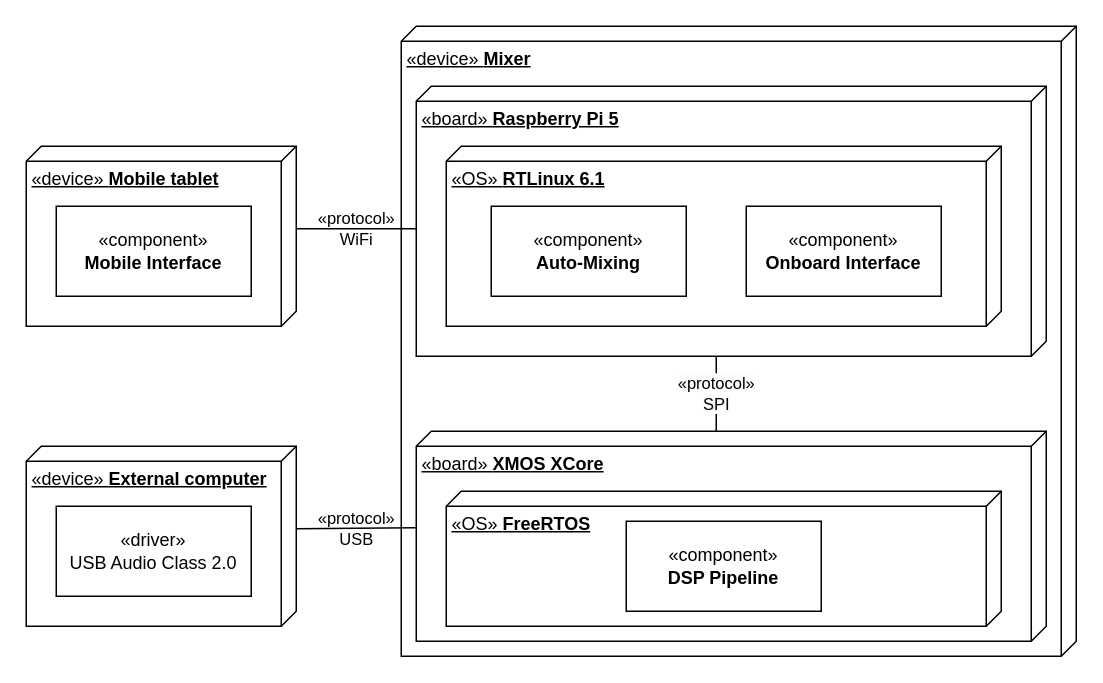
joshieyu/DigitalAudioMixer keeps this draw.io diagram as Documentation/Diagrams/DeploymentDiagram.drawio. Above is the earlier version. Source tidied: cells renumbered, new cells numbered last; positions are measured from the earlier drawing's top-left corner, leaving out a move shared by most shapes. Both pictures are drawn from the tidied source at 150%, with x=0, y=0 at pixel (26, 26).
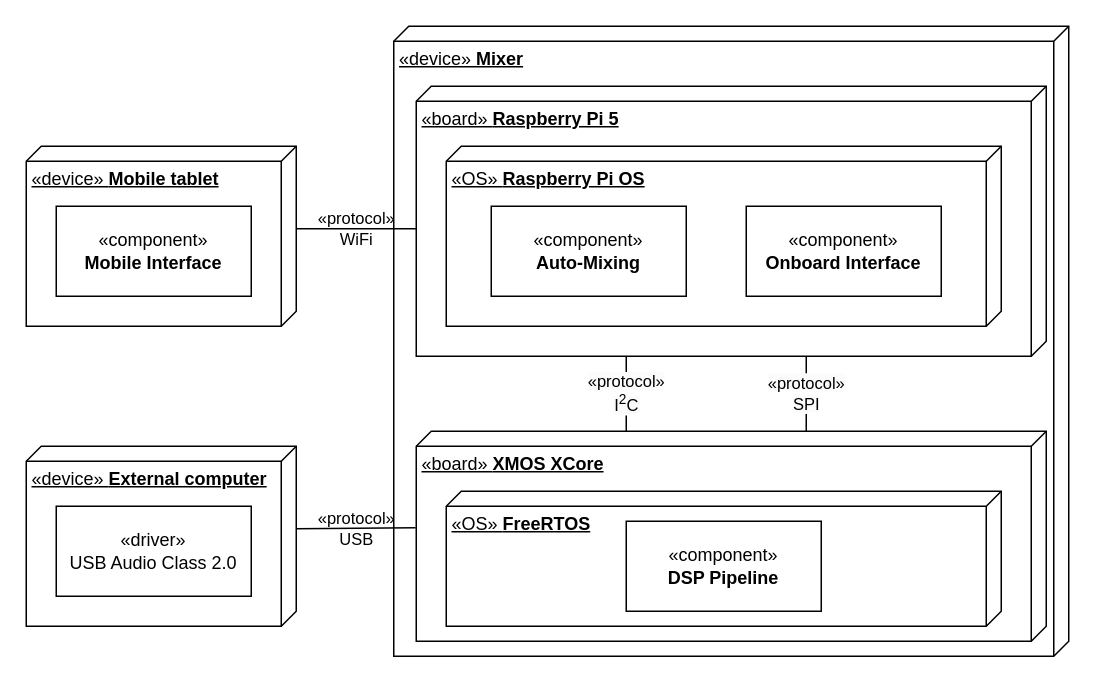
After the change.

Change to the diagram source:
```diff
@@
 <mxGraphModel>
   <root>
     <mxCell id="0" />
     <mxCell id="1" parent="0" />
     <mxCell id="2" value="«device» &lt;b&gt;Mixer&lt;/b&gt;" style="verticalAlign=top;align=left;spacingTop=8;spacingLeft=2;spacingRight=12;shape=cube;size=10;direction=south;fontStyle=4;html=1;whiteSpace=wrap;" parent="1" vertex="1">
-      <mxGeometry x="250" width="450" height="420" as="geometry" />
+      <mxGeometry x="245" width="450" height="420" as="geometry" />
     </mxCell>
     <mxCell id="3" value="«board» &lt;b&gt;Raspberry Pi 5&lt;/b&gt;" style="verticalAlign=top;align=left;spacingTop=8;spacingLeft=2;spacingRight=12;shape=cube;size=10;direction=south;fontStyle=4;html=1;whiteSpace=wrap;" parent="1" vertex="1">
       <mxGeometry x="260" y="40" width="420" height="180" as="geometry" />
     </mxCell>
     <mxCell id="4" value="«board» &lt;b&gt;XMOS XCore&lt;/b&gt;" style="verticalAlign=top;align=left;spacingTop=8;spacingLeft=2;spacingRight=12;shape=cube;size=10;direction=south;fontStyle=4;html=1;whiteSpace=wrap;" parent="1" vertex="1">
       <mxGeometry x="260" y="270" width="420" height="140" as="geometry" />
     </mxCell>
     <mxCell id="5" value="«device» &lt;b&gt;Mobile tablet&lt;/b&gt;" style="verticalAlign=top;align=left;spacingTop=8;spacingLeft=2;spacingRight=12;shape=cube;size=10;direction=south;fontStyle=4;html=1;whiteSpace=wrap;" parent="1" vertex="1">
       <mxGeometry y="80" width="180" height="120" as="geometry" />
     </mxCell>
     <mxCell id="6" value="«device» &lt;b&gt;External&amp;nbsp;computer&lt;/b&gt;" style="verticalAlign=top;align=left;spacingTop=8;spacingLeft=2;spacingRight=12;shape=cube;size=10;direction=south;fontStyle=4;html=1;whiteSpace=wrap;" parent="1" vertex="1">
       <mxGeometry y="280" width="180" height="120" as="geometry" />
     </mxCell>
     <mxCell id="7" value="«protocol»&lt;br&gt;WiFi" style="endArrow=none;html=1;rounded=0;labelBackgroundColor=none;entryX=0;entryY=0;entryDx=95;entryDy=420;entryPerimeter=0;exitX=0;exitY=0;exitDx=55;exitDy=0;exitPerimeter=0;" parent="1" edge="1" source="5" target="3">
       <mxGeometry relative="1" as="geometry" />
     </mxCell>
     <mxCell id="8" value="«protocol»&lt;br&gt;USB" style="endArrow=none;html=1;rounded=0;labelBackgroundColor=none;entryX=0.459;entryY=1.001;entryDx=0;entryDy=0;entryPerimeter=0;exitX=0;exitY=0;exitDx=55;exitDy=0;exitPerimeter=0;" parent="1" edge="1" source="6" target="4">
       <mxGeometry relative="1" as="geometry" />
     </mxCell>
-    <mxCell id="9" value="«OS» &lt;b&gt;RTLinux 6.1&lt;/b&gt;" style="verticalAlign=top;align=left;spacingTop=8;spacingLeft=2;spacingRight=12;shape=cube;size=10;direction=south;fontStyle=4;html=1;whiteSpace=wrap;" parent="1" vertex="1">
+    <mxCell id="9" value="«OS» &lt;b&gt;Raspberry Pi OS&lt;/b&gt;" style="verticalAlign=top;align=left;spacingTop=8;spacingLeft=2;spacingRight=12;shape=cube;size=10;direction=south;fontStyle=4;html=1;whiteSpace=wrap;" parent="1" vertex="1">
       <mxGeometry x="280" y="80" width="370" height="120" as="geometry" />
     </mxCell>
     <mxCell id="10" value="«OS» &lt;b&gt;FreeRTOS&lt;/b&gt;" style="verticalAlign=top;align=left;spacingTop=8;spacingLeft=2;spacingRight=12;shape=cube;size=10;direction=south;fontStyle=4;html=1;whiteSpace=wrap;" parent="1" vertex="1">
       <mxGeometry x="280" y="310" width="370" height="90" as="geometry" />
     </mxCell>
     <mxCell id="11" value="«driver»&lt;br&gt;USB Audio Class 2.0" style="rounded=0;whiteSpace=wrap;html=1;" parent="1" vertex="1">
       <mxGeometry x="20" y="320" width="130" height="60" as="geometry" />
     </mxCell>
     <mxCell id="12" value="&lt;span style=&quot;text-align: left;&quot;&gt;«component»&lt;/span&gt;&lt;div&gt;&lt;b&gt;Mobile Interface&lt;/b&gt;&lt;/div&gt;" style="rounded=0;whiteSpace=wrap;html=1;" parent="1" vertex="1">
       <mxGeometry x="20" y="120" width="130" height="60" as="geometry" />
     </mxCell>
     <mxCell id="13" value="&lt;span style=&quot;text-align: left;&quot;&gt;«component»&lt;/span&gt;&lt;div&gt;&lt;b&gt;Onboard Interface&lt;/b&gt;&lt;/div&gt;" style="rounded=0;whiteSpace=wrap;html=1;" parent="1" vertex="1">
       <mxGeometry x="480" y="120" width="130" height="60" as="geometry" />
     </mxCell>
     <mxCell id="14" value="&lt;span style=&quot;text-align: left;&quot;&gt;«component»&lt;/span&gt;&lt;div&gt;&lt;b&gt;DSP Pipeline&lt;/b&gt;&lt;/div&gt;" style="rounded=0;whiteSpace=wrap;html=1;" parent="1" vertex="1">
       <mxGeometry x="400" y="330" width="130" height="60" as="geometry" />
     </mxCell>
-    <mxCell id="15" value="&lt;span style=&quot;color: rgb(0, 0, 0); font-family: Helvetica; font-size: 11px; font-style: normal; font-variant-ligatures: normal; font-variant-caps: normal; font-weight: 400; letter-spacing: normal; orphans: 2; text-align: center; text-indent: 0px; text-transform: none; widows: 2; word-spacing: 0px; -webkit-text-stroke-width: 0px; white-space: nowrap; background-color: rgb(251, 251, 251); text-decoration-thickness: initial; text-decoration-style: initial; text-decoration-color: initial; display: inline !important; float: none;&quot;&gt;«protocol»&lt;/span&gt;&lt;br style=&quot;forced-color-adjust: none; color: rgb(0, 0, 0); font-family: Helvetica; font-size: 11px; font-style: normal; font-variant-ligatures: normal; font-variant-caps: normal; font-weight: 400; letter-spacing: normal; orphans: 2; text-align: center; text-indent: 0px; text-transform: none; widows: 2; word-spacing: 0px; -webkit-text-stroke-width: 0px; white-space: nowrap; background-color: rgb(251, 251, 251); text-decoration-thickness: initial; text-decoration-style: initial; text-decoration-color: initial;&quot;&gt;&lt;span style=&quot;background-color: rgb(251, 251, 251);&quot;&gt;SPI&lt;/span&gt;" style="endArrow=none;html=1;rounded=0;exitX=0;exitY=0.362;exitDx=0;exitDy=0;exitPerimeter=0;entryX=1.001;entryY=0.362;entryDx=0;entryDy=0;entryPerimeter=0;" parent="1" edge="1">
-      <mxGeometry x="0.01" relative="1" as="geometry">
-        <mxPoint x="460" y="270" as="sourcePoint" />
-        <mxPoint x="460" y="220.2" as="targetPoint" />
+    <mxCell id="15" value="&lt;span style=&quot;color: rgb(0, 0, 0); font-family: Helvetica; font-size: 11px; font-style: normal; font-variant-ligatures: normal; font-variant-caps: normal; font-weight: 400; letter-spacing: normal; orphans: 2; text-align: center; text-indent: 0px; text-transform: none; widows: 2; word-spacing: 0px; -webkit-text-stroke-width: 0px; white-space: nowrap; background-color: rgb(251, 251, 251); text-decoration-thickness: initial; text-decoration-style: initial; text-decoration-color: initial; display: inline !important; float: none;&quot;&gt;«protocol»&lt;/span&gt;&lt;br style=&quot;forced-color-adjust: none; color: rgb(0, 0, 0); font-family: Helvetica; font-size: 11px; font-style: normal; font-variant-ligatures: normal; font-variant-caps: normal; font-weight: 400; letter-spacing: normal; orphans: 2; text-align: center; text-indent: 0px; text-transform: none; widows: 2; word-spacing: 0px; -webkit-text-stroke-width: 0px; white-space: nowrap; background-color: rgb(251, 251, 251); text-decoration-thickness: initial; text-decoration-style: initial; text-decoration-color: initial;&quot;&gt;&lt;span style=&quot;background-color: rgb(251, 251, 251);&quot;&gt;I&lt;sup&gt;2&lt;/sup&gt;C&lt;/span&gt;" style="endArrow=none;html=1;rounded=0;exitX=0;exitY=0.362;exitDx=0;exitDy=0;exitPerimeter=0;entryX=1.001;entryY=0.362;entryDx=0;entryDy=0;entryPerimeter=0;" parent="1" edge="1">
+      <mxGeometry x="0.02" relative="1" as="geometry">
+        <mxPoint x="400" y="269.8" as="sourcePoint" />
+        <mxPoint x="400" y="220" as="targetPoint" />
       </mxGeometry>
     </mxCell>
     <mxCell id="16" value="&lt;span style=&quot;text-align: left;&quot;&gt;«component»&lt;/span&gt;&lt;div&gt;&lt;b&gt;Auto-Mixing&lt;/b&gt;&lt;/div&gt;" style="rounded=0;whiteSpace=wrap;html=1;" parent="1" vertex="1">
       <mxGeometry x="310" y="120" width="130" height="60" as="geometry" />
     </mxCell>
+    <mxCell id="17" value="&lt;span style=&quot;color: rgb(0, 0, 0); font-family: Helvetica; font-size: 11px; font-style: normal; font-variant-ligatures: normal; font-variant-caps: normal; font-weight: 400; letter-spacing: normal; orphans: 2; text-align: center; text-indent: 0px; text-transform: none; widows: 2; word-spacing: 0px; -webkit-text-stroke-width: 0px; white-space: nowrap; background-color: rgb(251, 251, 251); text-decoration-thickness: initial; text-decoration-style: initial; text-decoration-color: initial; display: inline !important; float: none;&quot;&gt;«protocol»&lt;/span&gt;&lt;br style=&quot;forced-color-adjust: none; color: rgb(0, 0, 0); font-family: Helvetica; font-size: 11px; font-style: normal; font-variant-ligatures: normal; font-variant-caps: normal; font-weight: 400; letter-spacing: normal; orphans: 2; text-align: center; text-indent: 0px; text-transform: none; widows: 2; word-spacing: 0px; -webkit-text-stroke-width: 0px; white-space: nowrap; background-color: rgb(251, 251, 251); text-decoration-thickness: initial; text-decoration-style: initial; text-decoration-color: initial;&quot;&gt;&lt;span style=&quot;background-color: rgb(251, 251, 251);&quot;&gt;SPI&lt;/span&gt;" style="endArrow=none;html=1;rounded=0;exitX=0;exitY=0.362;exitDx=0;exitDy=0;exitPerimeter=0;entryX=1.001;entryY=0.362;entryDx=0;entryDy=0;entryPerimeter=0;" parent="1" edge="1">
+      <mxGeometry x="0.01" relative="1" as="geometry">
+        <mxPoint x="520" y="269.8" as="sourcePoint" />
+        <mxPoint x="520" y="220" as="targetPoint" />
+      </mxGeometry>
+    </mxCell>
   </root>
 </mxGraphModel>
```
